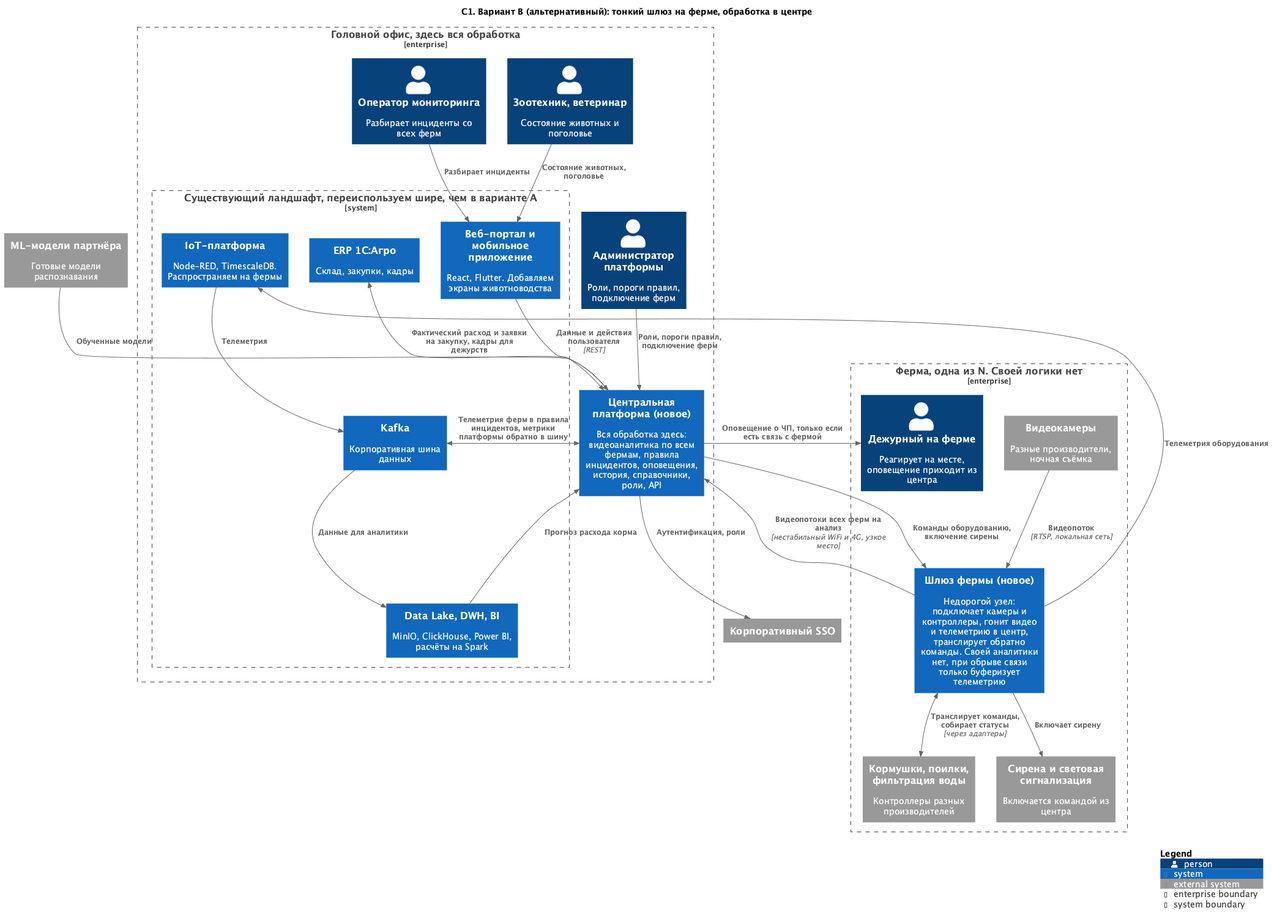
Earlier version of the PlantUML export Task1/C1-alternative.png (FCTL3314/MSA-AgroTech).
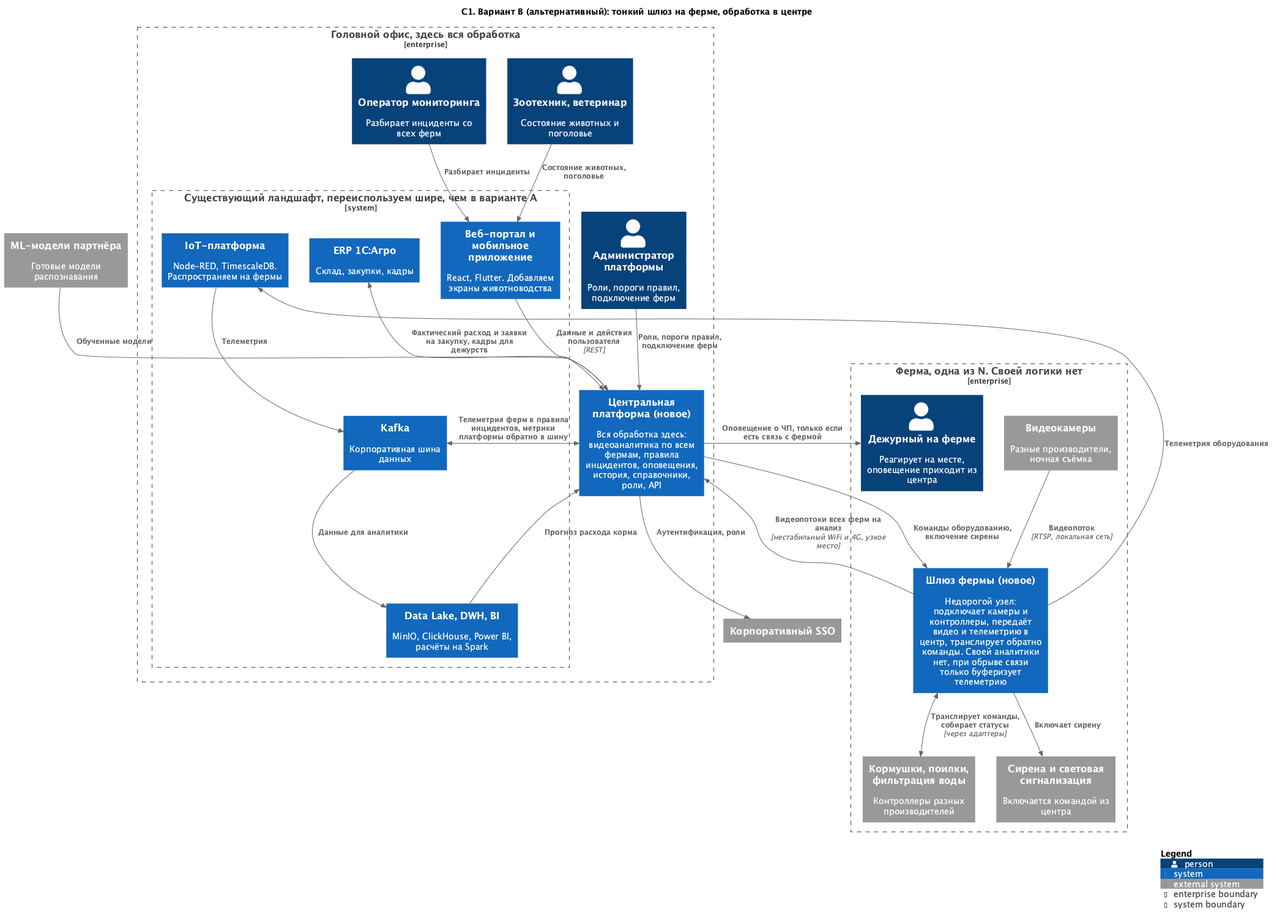
Above is the later version.

The edit, as a diff of the source:
```diff
@@ -6,7 +6,7 @@
 Enterprise_Boundary(farm, "Ферма, одна из N. Своей логики нет") {
   Person(duty, "Дежурный на ферме", "Реагирует на месте, оповещение приходит из центра")
 
-  System(gateway, "Шлюз фермы (новое)", "Недорогой узел: подключает камеры и контроллеры, гонит видео и телеметрию в центр, транслирует обратно команды. Своей аналитики нет, при обрыве связи только буферизует телеметрию")
+  System(gateway, "Шлюз фермы (новое)", "Недорогой узел: подключает камеры и контроллеры, передаёт видео и телеметрию в центр, транслирует обратно команды. Своей аналитики нет, при обрыве связи только буферизует телеметрию")
 
   System_Ext(cameras, "Видеокамеры", "Разные производители, ночная съёмка")
   System_Ext(equipment, "Кормушки, поилки, фильтрация воды", "Контроллеры разных производителей")
```
